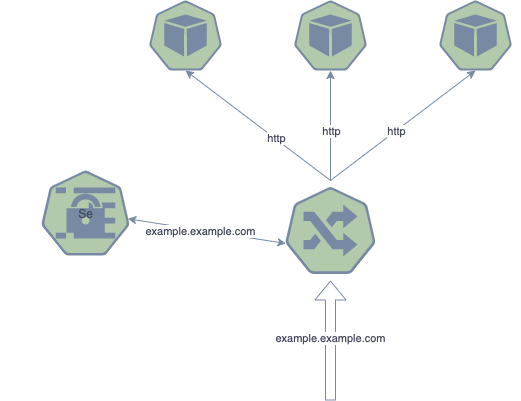
Earlier version of the draw.io export diagrams/ingress.drawio.png (pieterv-icloud-com/cert-manager-demo). Source tidied: cells renumbered, new cells last; positions are measured from the earlier drawing's top-left corner, leaving out a move shared by most shapes.
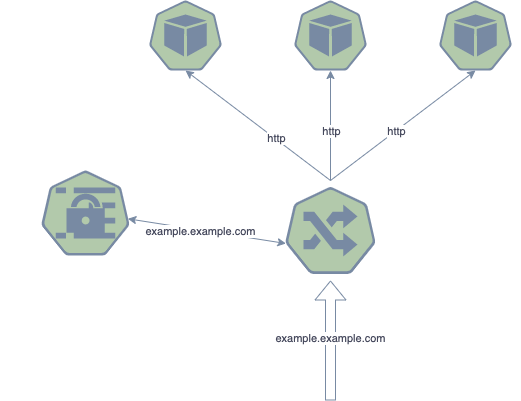
The same file after the commit.

Change to the diagram source:
```diff
@@ -14,7 +14,7 @@
     <mxCell id="5" style="html=1;dashed=0;whitespace=wrap;fillColor=#B2C9AB;strokeColor=#788AA3;points=[[0.005,0.63,0],[0.1,0.2,0],[0.9,0.2,0],[0.5,0,0],[0.995,0.63,0],[0.72,0.99,0],[0.5,1,0],[0.28,0.99,0]];shape=mxgraph.kubernetes.icon;prIcon=ing;fontColor=#46495D;" parent="1" vertex="1">
       <mxGeometry x="285" y="180" width="90" height="100" as="geometry" />
     </mxCell>
-    <mxCell id="6" value="Se" style="html=1;dashed=0;whitespace=wrap;fillColor=#B2C9AB;strokeColor=#788AA3;points=[[0.005,0.63,0],[0.1,0.2,0],[0.9,0.2,0],[0.5,0,0],[0.995,0.63,0],[0.72,0.99,0],[0.5,1,0],[0.28,0.99,0]];shape=mxgraph.kubernetes.icon;prIcon=secret;fontColor=#46495D;" parent="1" vertex="1">
+    <mxCell id="6" style="html=1;dashed=0;whitespace=wrap;fillColor=#B2C9AB;strokeColor=#788AA3;points=[[0.005,0.63,0],[0.1,0.2,0],[0.9,0.2,0],[0.5,0,0],[0.995,0.63,0],[0.72,0.99,0],[0.5,1,0],[0.28,0.99,0]];shape=mxgraph.kubernetes.icon;prIcon=secret;fontColor=#46495D;" parent="1" vertex="1">
       <mxGeometry y="170" width="170" height="85" as="geometry" />
     </mxCell>
     <mxCell id="7" style="endArrow=classic;html=1;entryX=0.5;entryY=1;entryDx=0;entryDy=0;entryPerimeter=0;exitX=0.5;exitY=0;exitDx=0;exitDy=0;exitPerimeter=0;strokeColor=#788AA3;fontColor=#46495D;" parent="1" edge="1" source="5" target="3">
```
